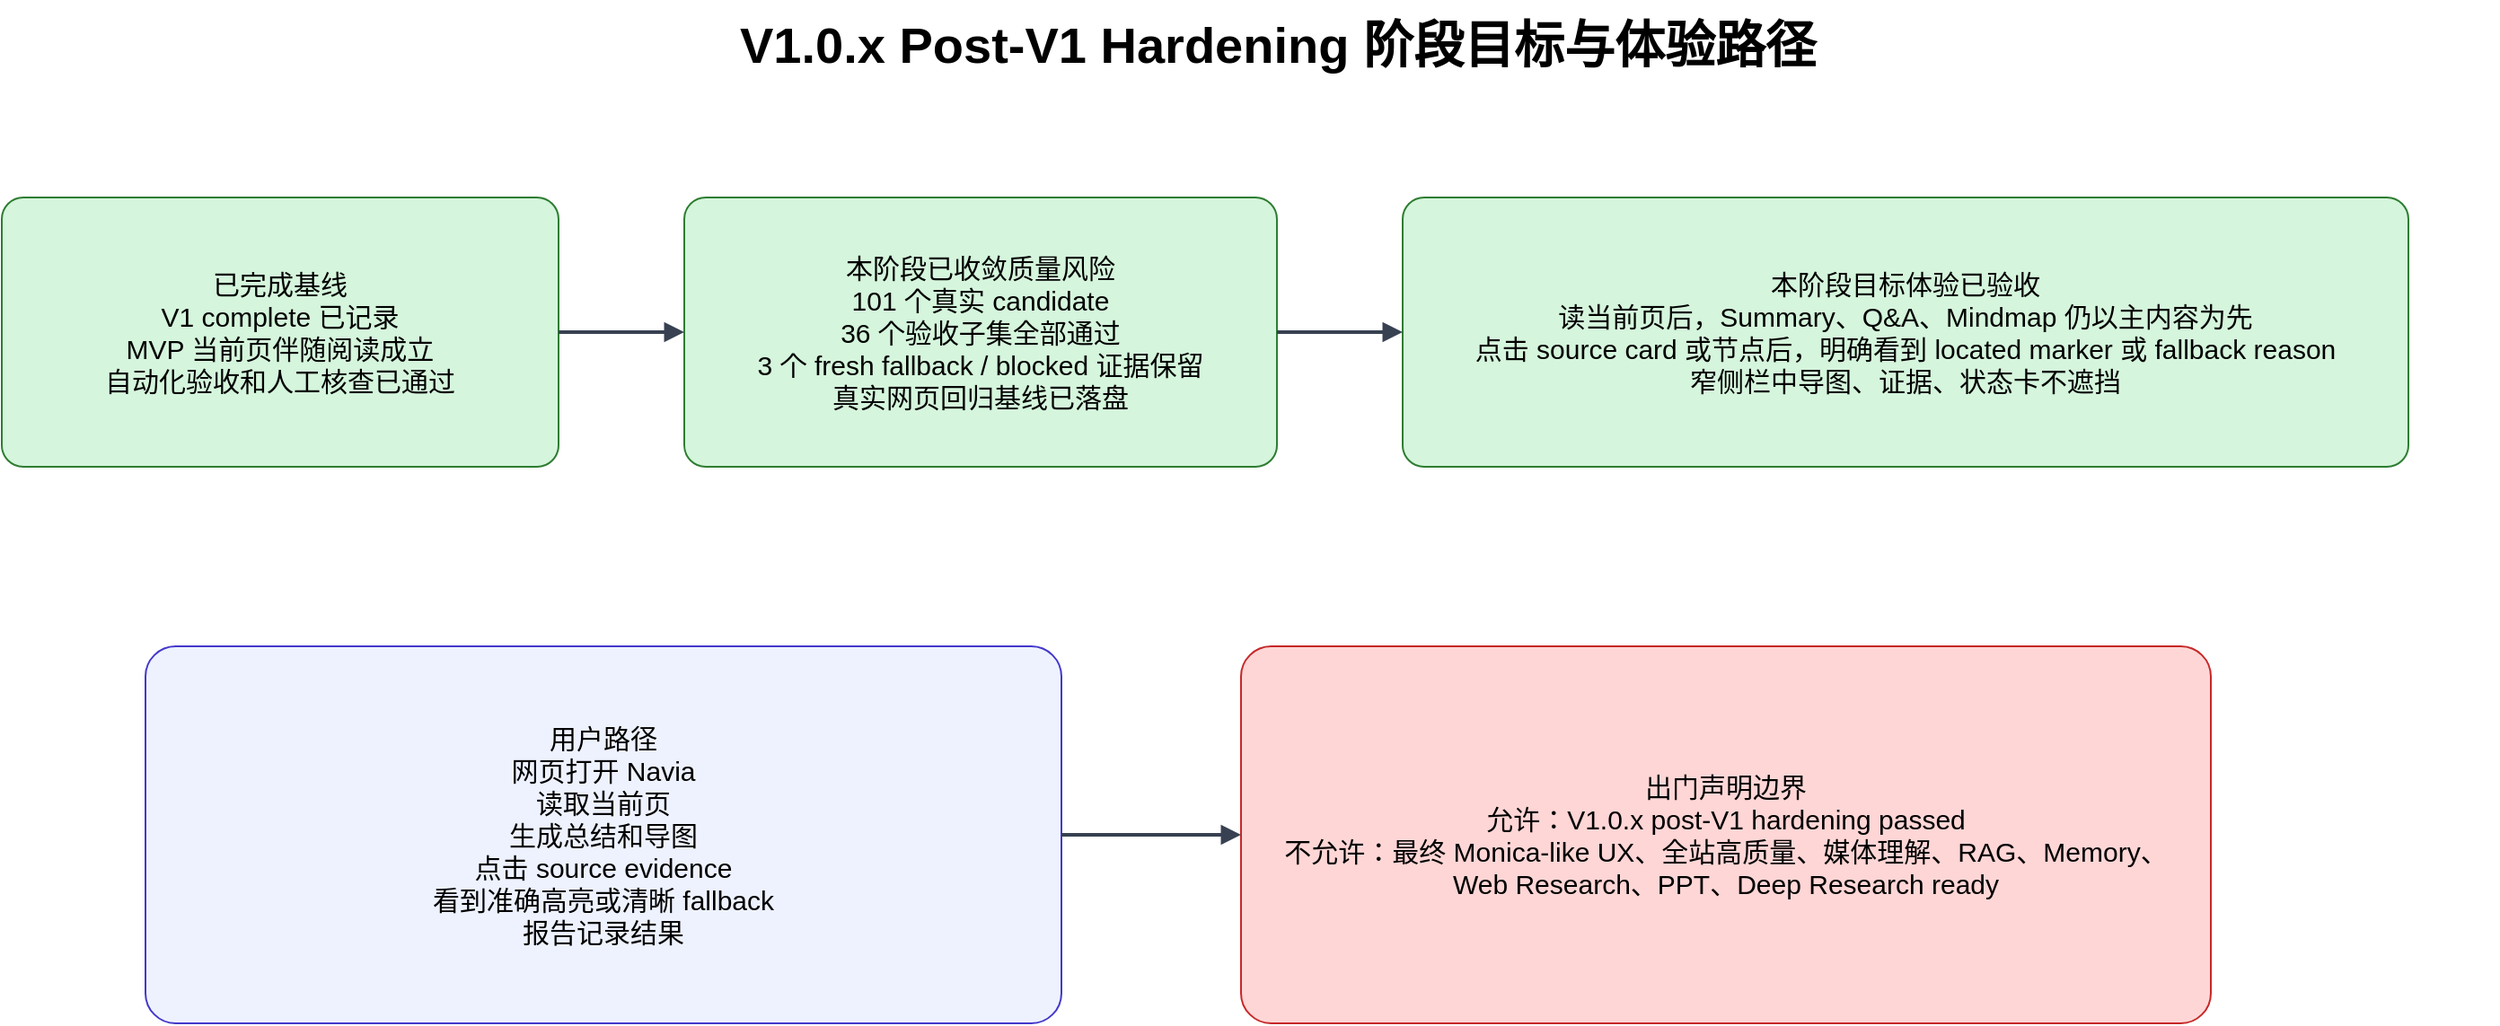
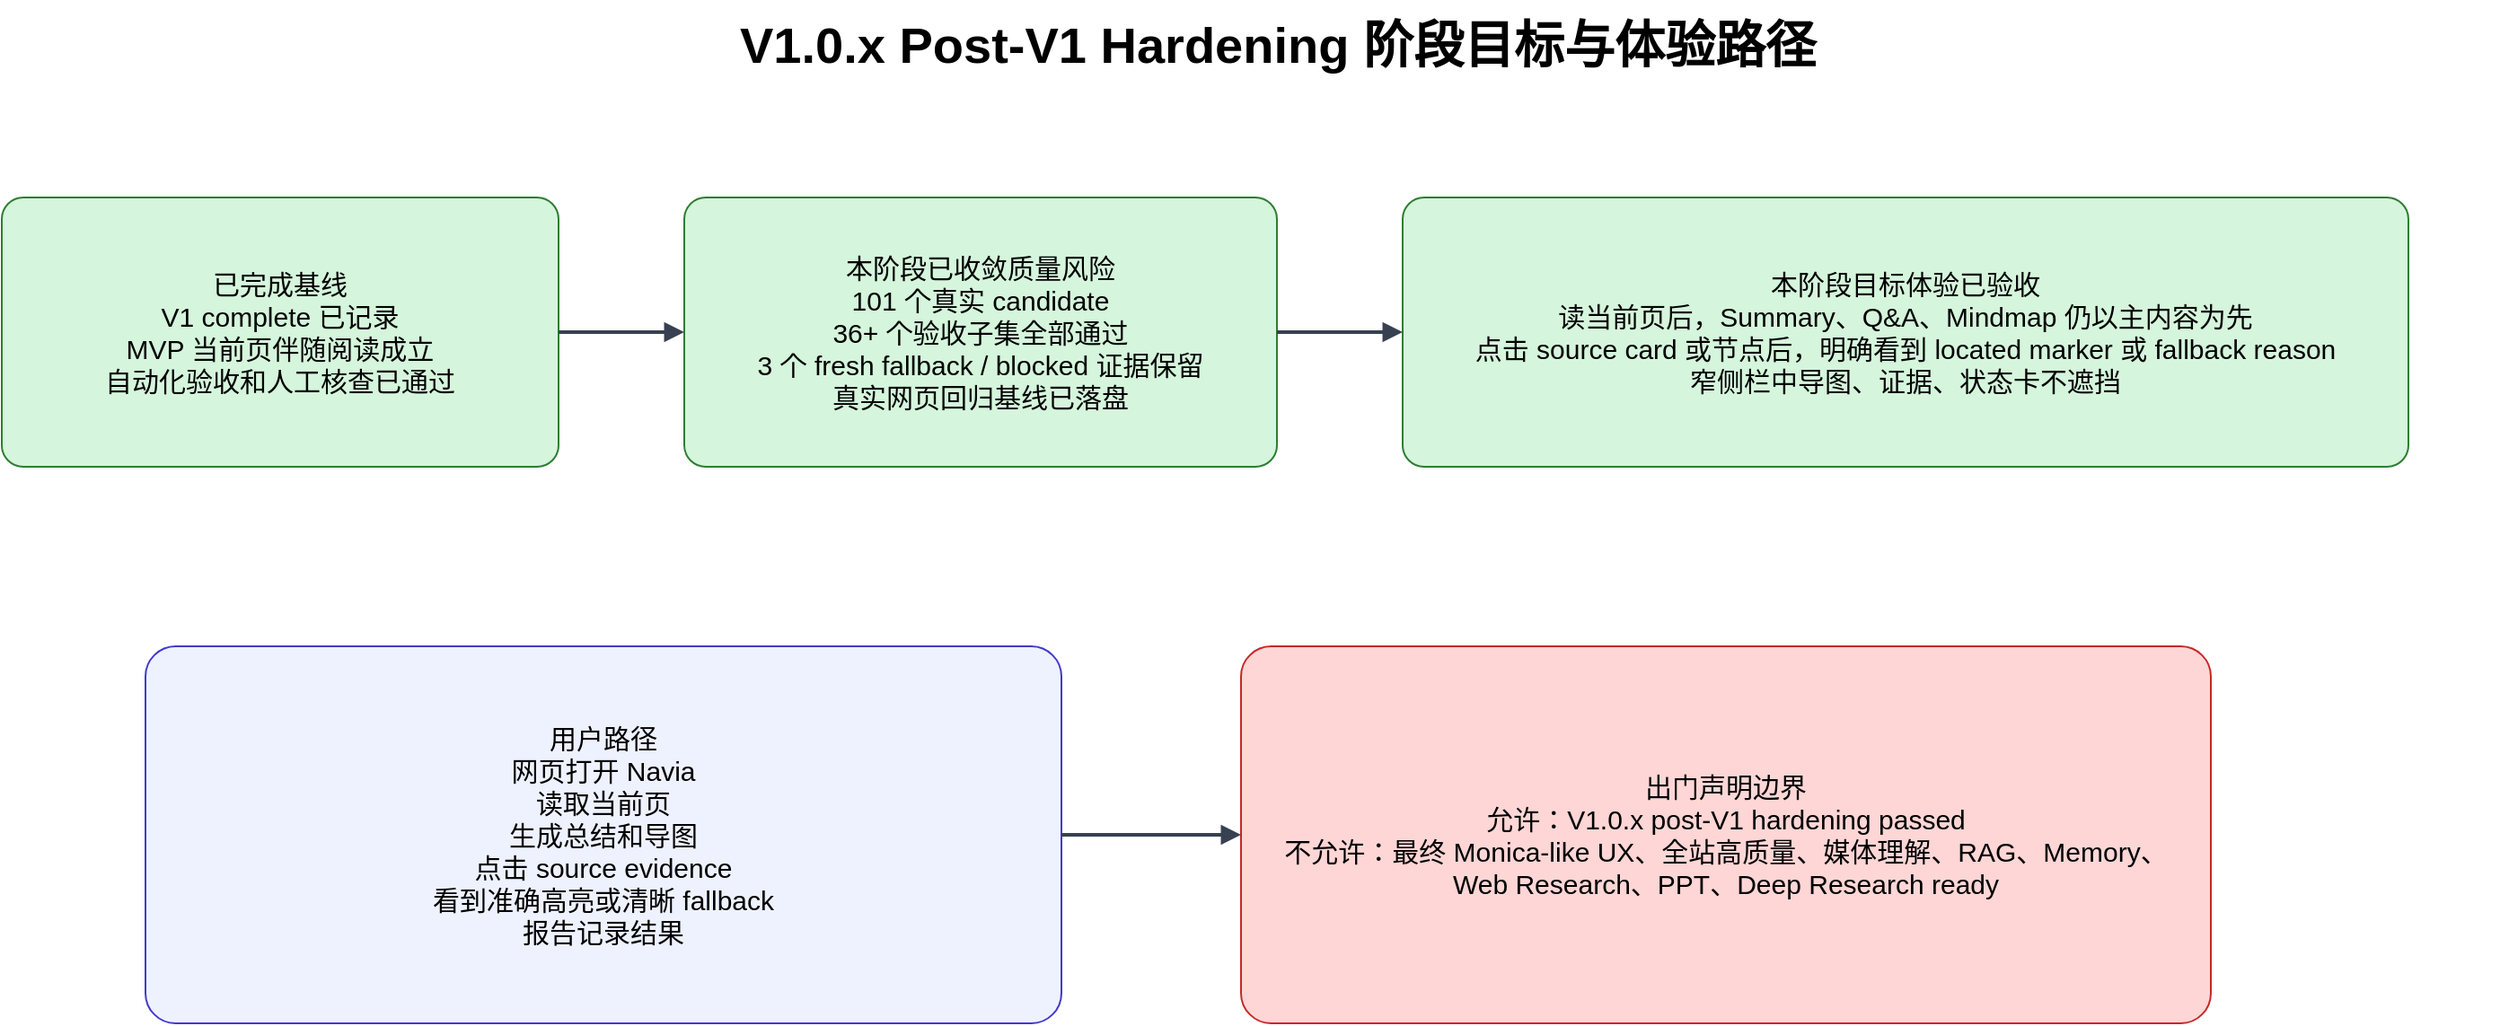
<mxfile host="app.diagrams.net" modified="2026-07-04T00:00:00.000Z" agent="Codex" version="24.7.17">
  <diagram id="v1h-01" name="01 阶段目标与体验路径">
    <mxGraphModel dx="1400" dy="900" grid="1" gridSize="10" guides="1" tooltips="1" connect="1" arrows="1" fold="1" page="1" pageScale="1" pageWidth="1600" pageHeight="1000" math="0" shadow="0">
      <root>
        <mxCell id="0"/>
        <mxCell id="1" parent="0"/>
        <mxCell id="p1-title" value="V1.0.x Post-V1 Hardening 阶段目标与体验路径" style="text;html=1;fontSize=28;fontStyle=1;align=center;verticalAlign=middle;strokeColor=none;fillColor=none;" vertex="1" parent="1"><mxGeometry x="120" y="40" width="1360" height="50" as="geometry"/></mxCell>
        <mxCell id="p1-a" value="已完成基线&#xa;V1 complete 已记录&#xa;MVP 当前页伴随阅读成立&#xa;自动化验收和人工核查已通过" style="rounded=1;whiteSpace=wrap;html=1;fontSize=15;spacing=12;arcSize=8;fillColor=#d5f5dc;strokeColor=#2e7d32;" vertex="1" parent="1"><mxGeometry x="90" y="150" width="310" height="150" as="geometry"/></mxCell>
-         <mxCell id="p1-b" value="本阶段已收敛质量风险&#xa;101 个真实 candidate&#xa;36 个验收子集全部通过&#xa;3 个 fresh fallback / blocked 证据保留&#xa;真实网页回归基线已落盘" style="rounded=1;whiteSpace=wrap;html=1;fontSize=15;spacing=12;arcSize=8;fillColor=#d5f5dc;strokeColor=#2e7d32;" vertex="1" parent="1"><mxGeometry x="470" y="150" width="330" height="150" as="geometry"/></mxCell>
+         <mxCell id="p1-b" value="本阶段已收敛质量风险&#xa;101 个真实 candidate&#xa;36+ 个验收子集全部通过&#xa;3 个 fresh fallback / blocked 证据保留&#xa;真实网页回归基线已落盘" style="rounded=1;whiteSpace=wrap;html=1;fontSize=15;spacing=12;arcSize=8;fillColor=#d5f5dc;strokeColor=#2e7d32;" vertex="1" parent="1"><mxGeometry x="470" y="150" width="330" height="150" as="geometry"/></mxCell>
        <mxCell id="p1-c" value="本阶段目标体验已验收&#xa;读当前页后，Summary、Q&amp;A、Mindmap 仍以主内容为先&#xa;点击 source card 或节点后，明确看到 located marker 或 fallback reason&#xa;窄侧栏中导图、证据、状态卡不遮挡" style="rounded=1;whiteSpace=wrap;html=1;fontSize=15;spacing=12;arcSize=8;fillColor=#d5f5dc;strokeColor=#2e7d32;" vertex="1" parent="1"><mxGeometry x="870" y="150" width="560" height="150" as="geometry"/></mxCell>
        <mxCell id="p1-d" value="用户路径&#xa;网页打开 Navia&#xa;读取当前页&#xa;生成总结和导图&#xa;点击 source evidence&#xa;看到准确高亮或清晰 fallback&#xa;报告记录结果" style="rounded=1;whiteSpace=wrap;html=1;fontSize=15;spacing=12;arcSize=8;fillColor=#eef2ff;strokeColor=#4338ca;" vertex="1" parent="1"><mxGeometry x="170" y="400" width="510" height="210" as="geometry"/></mxCell>
        <mxCell id="p1-e" value="出门声明边界&#xa;允许：V1.0.x post-V1 hardening passed&#xa;不允许：最终 Monica-like UX、全站高质量、媒体理解、RAG、Memory、Web Research、PPT、Deep Research ready" style="rounded=1;whiteSpace=wrap;html=1;fontSize=15;spacing=12;arcSize=8;fillColor=#ffd6d6;strokeColor=#c62828;" vertex="1" parent="1"><mxGeometry x="780" y="400" width="540" height="210" as="geometry"/></mxCell>
        <mxCell id="p1-e1" edge="1" parent="1" source="p1-a" target="p1-b" style="endArrow=block;html=1;rounded=1;strokeWidth=2;strokeColor=#374151;"><mxGeometry relative="1" as="geometry"/></mxCell>
        <mxCell id="p1-e2" edge="1" parent="1" source="p1-b" target="p1-c" style="endArrow=block;html=1;rounded=1;strokeWidth=2;strokeColor=#374151;"><mxGeometry relative="1" as="geometry"/></mxCell>
        <mxCell id="p1-e3" edge="1" parent="1" source="p1-d" target="p1-e" style="endArrow=block;html=1;rounded=1;strokeWidth=2;strokeColor=#374151;"><mxGeometry relative="1" as="geometry"/></mxCell>
      </root>
    </mxGraphModel>
  </diagram>
  <diagram id="v1h-02" name="02 当前架构与目标架构差异">
    <mxGraphModel dx="1400" dy="900" grid="1" gridSize="10" guides="1" tooltips="1" connect="1" arrows="1" fold="1" page="1" pageScale="1" pageWidth="1600" pageHeight="1000" math="0" shadow="0">
      <root>
        <mxCell id="0"/>
        <mxCell id="1" parent="0"/>
        <mxCell id="p2-title" value="当前架构与目标架构差异：具体实体和状态" style="text;html=1;fontSize=28;fontStyle=1;align=center;verticalAlign=middle;strokeColor=none;fillColor=none;" vertex="1" parent="1"><mxGeometry x="120" y="30" width="1360" height="50" as="geometry"/></mxCell>
        <mxCell id="p2-host" value="宿主网页 DOM 和 metadata&#xa;状态：已实现&#xa;目标：提供可见文本、selection、media alt、caption、heading" style="rounded=1;whiteSpace=wrap;html=1;fontSize=14;spacing=10;fillColor=#d5f5dc;strokeColor=#2e7d32;" vertex="1" parent="1"><mxGeometry x="70" y="140" width="260" height="120" as="geometry"/></mxCell>
        <mxCell id="p2-page" value="apps/chrome-extension/src/pageContext.ts&#xa;状态：已实现 / 验收通过&#xa;结果：角色信号、source candidate metadata、低价值块标记进入证据链" style="rounded=1;whiteSpace=wrap;html=1;fontSize=14;spacing=10;fillColor=#d5f5dc;strokeColor=#2e7d32;" vertex="1" parent="1"><mxGeometry x="390" y="140" width="300" height="120" as="geometry"/></mxCell>
        <mxCell id="p2-a" value="A Page Reading&#xa;services/local-runtime/.../page_reading/&#xa;状态：已实现 / 验收通过&#xa;结果：SourceRef 质量、噪声过滤、low-signal degraded 被报告审计" style="rounded=1;whiteSpace=wrap;html=1;fontSize=14;spacing=10;fillColor=#d5f5dc;strokeColor=#2e7d32;" vertex="1" parent="1"><mxGeometry x="750" y="140" width="330" height="120" as="geometry"/></mxCell>
-         <mxCell id="p2-d" value="D Adapter / Agent Loop&#xa;agent_loop 和 adapters&#xa;状态：已实现保持边界&#xa;目标：不新增 Runtime public contract" style="rounded=1;whiteSpace=wrap;html=1;fontSize=14;spacing=10;fillColor=#d5f5dc;strokeColor=#2e7d32;" vertex="1" parent="1"><mxGeometry x="1140" y="140" width="330" height="120" as="geometry"/></mxCell>
+         <mxCell id="p2-d" value="runtimeClient.ts + D Adapter / Agent Loop&#xa;apps/chrome-extension/src/runtimeClient.ts&#xa;agent_loop 和 adapters&#xa;状态：已实现保持边界&#xa;目标：Runtime transport / D 边界不新增 public contract" style="rounded=1;whiteSpace=wrap;html=1;fontSize=14;spacing=10;fillColor=#d5f5dc;strokeColor=#2e7d32;" vertex="1" parent="1"><mxGeometry x="1140" y="140" width="330" height="120" as="geometry"/></mxCell>
        <mxCell id="p2-c" value="C Mindmap&#xa;services/local-runtime/.../mindmap/&#xa;状态：已实现 / 验收通过&#xa;结果：语义归并、短标签、去重、nodeSourceMap 和噪声抑制有回归测试" style="rounded=1;whiteSpace=wrap;html=1;fontSize=14;spacing=10;fillColor=#d5f5dc;strokeColor=#2e7d32;" vertex="1" parent="1"><mxGeometry x="120" y="400" width="330" height="130" as="geometry"/></mxCell>
        <mxCell id="p2-b" value="B Renderer&#xa;chat_renderer 和 mindmap_renderer&#xa;状态：已实现 / 验收通过&#xa;结果：证据解释、窄侧栏可读性、截图样本进入 HTML 报告" style="rounded=1;whiteSpace=wrap;html=1;fontSize=14;spacing=10;fillColor=#d5f5dc;strokeColor=#2e7d32;" vertex="1" parent="1"><mxGeometry x="520" y="400" width="350" height="130" as="geometry"/></mxCell>
        <mxCell id="p2-content" value="apps/chrome-extension/src/contentBridge.ts&#xa;状态：已实现 / 验收通过&#xa;结果：located marker、fallback reason、blocked reason 在 JSON / HTML / 截图中一致" style="rounded=1;whiteSpace=wrap;html=1;fontSize=14;spacing=10;fillColor=#d5f5dc;strokeColor=#2e7d32;" vertex="1" parent="1"><mxGeometry x="940" y="400" width="350" height="130" as="geometry"/></mxCell>
        <mxCell id="p2-evidence" value="v1_post_v1_hardening evidence&#xa;状态：已落盘 / 验收通过&#xa;结果：manifest、report、HTML、截图、PRD review、false-green audit、semantic validator" style="rounded=1;whiteSpace=wrap;html=1;fontSize=14;spacing=10;fillColor=#d5f5dc;strokeColor=#2e7d32;" vertex="1" parent="1"><mxGeometry x="560" y="650" width="470" height="120" as="geometry"/></mxCell>
        <mxCell id="p2-nogo" value="No-Go 边界&#xa;不做 RAG、Memory、Web Research、PPT、Deep Research、OCR、VLM、ASR、媒体流理解、产品浏览器自动操作" style="rounded=1;whiteSpace=wrap;html=1;fontSize=14;spacing=10;fillColor=#ffd6d6;strokeColor=#c62828;" vertex="1" parent="1"><mxGeometry x="1080" y="650" width="390" height="120" as="geometry"/></mxCell>
        <mxCell id="p2-e1" edge="1" parent="1" source="p2-host" target="p2-page" style="endArrow=block;html=1;rounded=1;strokeWidth=2;"><mxGeometry relative="1" as="geometry"/></mxCell>
        <mxCell id="p2-e2" edge="1" parent="1" source="p2-page" target="p2-a" style="endArrow=block;html=1;rounded=1;strokeWidth=2;"><mxGeometry relative="1" as="geometry"/></mxCell>
        <mxCell id="p2-e3" edge="1" parent="1" source="p2-a" target="p2-d" style="endArrow=block;html=1;rounded=1;strokeWidth=2;"><mxGeometry relative="1" as="geometry"/></mxCell>
        <mxCell id="p2-e4" edge="1" parent="1" source="p2-d" target="p2-c" style="endArrow=block;html=1;rounded=1;strokeWidth=2;"><mxGeometry relative="1" as="geometry"/></mxCell>
        <mxCell id="p2-e5" edge="1" parent="1" source="p2-c" target="p2-b" style="endArrow=block;html=1;rounded=1;strokeWidth=2;"><mxGeometry relative="1" as="geometry"/></mxCell>
        <mxCell id="p2-e6" edge="1" parent="1" source="p2-b" target="p2-content" style="endArrow=block;html=1;rounded=1;strokeWidth=2;"><mxGeometry relative="1" as="geometry"/></mxCell>
        <mxCell id="p2-e7" edge="1" parent="1" source="p2-content" target="p2-evidence" style="endArrow=block;html=1;rounded=1;strokeWidth=2;"><mxGeometry relative="1" as="geometry"/></mxCell>
      </root>
    </mxGraphModel>
  </diagram>
  <diagram id="v1h-03" name="03 Source Jumpback 精度链路">
    <mxGraphModel dx="1400" dy="900" grid="1" gridSize="10" guides="1" tooltips="1" connect="1" arrows="1" fold="1" page="1" pageScale="1" pageWidth="1600" pageHeight="1000" math="0" shadow="0">
      <root>
        <mxCell id="0"/>
        <mxCell id="1" parent="0"/>
        <mxCell id="p3-title" value="Source Jumpback 精度链路" style="text;html=1;fontSize=28;fontStyle=1;align=center;verticalAlign=middle;strokeColor=none;fillColor=none;" vertex="1" parent="1"><mxGeometry x="120" y="35" width="1360" height="50" as="geometry"/></mxCell>
        <mxCell id="p3-card" value="用户点击 source card 或 Mindmap 节点&#xa;B Renderer 提供 sourceRefIds、nodeId、selectedSourceCardIndex、selectionReason&#xa;状态：验收通过" style="rounded=1;whiteSpace=wrap;html=1;fontSize=15;spacing=12;fillColor=#d5f5dc;strokeColor=#2e7d32;" vertex="1" parent="1"><mxGeometry x="80" y="150" width="360" height="140" as="geometry"/></mxCell>
        <mxCell id="p3-hints" value="候选线索&#xa;selector、domPath、textQuote、nearby heading、href/card text、sourceRef quality" style="rounded=1;whiteSpace=wrap;html=1;fontSize=15;spacing=12;fillColor=#dbeafe;strokeColor=#1d4ed8;" vertex="1" parent="1"><mxGeometry x="520" y="150" width="350" height="140" as="geometry"/></mxCell>
        <mxCell id="p3-bridge" value="contentBridge.ts&#xa;状态：已实现 / 验收通过&#xa;多线索定位、语义匹配评分、marker 说明、失败原因进入报告" style="rounded=1;whiteSpace=wrap;html=1;fontSize=15;spacing=12;fillColor=#d5f5dc;strokeColor=#2e7d32;" vertex="1" parent="1"><mxGeometry x="950" y="150" width="390" height="140" as="geometry"/></mxCell>
        <mxCell id="p3-located" value="located&#xa;网页出现 Navia source marker&#xa;marker 说明证据支持哪个节点或答案&#xa;截图和 JSON 都记录 located" style="rounded=1;whiteSpace=wrap;html=1;fontSize=15;spacing=12;fillColor=#d5f5dc;strokeColor=#2e7d32;" vertex="1" parent="1"><mxGeometry x="90" y="430" width="330" height="150" as="geometry"/></mxCell>
        <mxCell id="p3-fallback" value="fallback_shown&#xa;无法精确定位 DOM 时显示 quote、fallbackText、source title、原因&#xa;不能计为 located" style="rounded=1;whiteSpace=wrap;html=1;fontSize=15;spacing=12;fillColor=#dbeafe;strokeColor=#1d4ed8;" vertex="1" parent="1"><mxGeometry x="500" y="430" width="330" height="150" as="geometry"/></mxCell>
        <mxCell id="p3-blocked" value="blocked&#xa;登录墙、虚拟列表、反爬、跨域、页面变更或权限阻止&#xa;必须显示具体 blocked reason" style="rounded=1;whiteSpace=wrap;html=1;fontSize=15;spacing=12;fillColor=#ffd6d6;strokeColor=#c62828;" vertex="1" parent="1"><mxGeometry x="910" y="430" width="330" height="150" as="geometry"/></mxCell>
        <mxCell id="p3-report" value="验收报告 / validator&#xa;sampleDistribution / fallbackPolicy&#xa;located / fallback / blocked 一致&#xa;截图 metadata 与 HTML 结论一致" style="rounded=1;whiteSpace=wrap;html=1;fontSize=15;spacing=12;fillColor=#eef2ff;strokeColor=#4338ca;" vertex="1" parent="1"><mxGeometry x="460" y="700" width="500" height="130" as="geometry"/></mxCell>
        <mxCell id="p3-e1" edge="1" parent="1" source="p3-card" target="p3-hints" style="endArrow=block;html=1;rounded=1;strokeWidth=2;"><mxGeometry relative="1" as="geometry"/></mxCell>
        <mxCell id="p3-e2" edge="1" parent="1" source="p3-hints" target="p3-bridge" style="endArrow=block;html=1;rounded=1;strokeWidth=2;"><mxGeometry relative="1" as="geometry"/></mxCell>
        <mxCell id="p3-e3" edge="1" parent="1" source="p3-bridge" target="p3-located" style="endArrow=block;html=1;rounded=1;strokeWidth=2;"><mxGeometry relative="1" as="geometry"/></mxCell>
        <mxCell id="p3-e4" edge="1" parent="1" source="p3-bridge" target="p3-fallback" style="endArrow=block;html=1;rounded=1;strokeWidth=2;"><mxGeometry relative="1" as="geometry"/></mxCell>
        <mxCell id="p3-e5" edge="1" parent="1" source="p3-bridge" target="p3-blocked" style="endArrow=block;html=1;rounded=1;strokeWidth=2;"><mxGeometry relative="1" as="geometry"/></mxCell>
        <mxCell id="p3-e6" edge="1" parent="1" source="p3-fallback" target="p3-report" style="endArrow=block;html=1;rounded=1;strokeWidth=2;"><mxGeometry relative="1" as="geometry"/></mxCell>
      </root>
    </mxGraphModel>
  </diagram>
  <diagram id="v1h-04" name="04 Mindmap / Reading Map 质量链路">
    <mxGraphModel dx="1400" dy="900" grid="1" gridSize="10" guides="1" tooltips="1" connect="1" arrows="1" fold="1" page="1" pageScale="1" pageWidth="1600" pageHeight="1000" math="0" shadow="0">
      <root>
        <mxCell id="0"/>
        <mxCell id="1" parent="0"/>
        <mxCell id="p4-title" value="Mindmap / Reading Map 质量链路" style="text;html=1;fontSize=28;fontStyle=1;align=center;verticalAlign=middle;strokeColor=none;fillColor=none;" vertex="1" parent="1"><mxGeometry x="120" y="35" width="1360" height="50" as="geometry"/></mxCell>
        <mxCell id="p4-digest" value="A PerceptionDigest 和 SourceRef&#xa;状态：已实现 / 验收通过&#xa;结果：正文优先、低价值文本降权、source quality 可解释" style="rounded=1;whiteSpace=wrap;html=1;fontSize=15;spacing=12;fillColor=#d5f5dc;strokeColor=#2e7d32;" vertex="1" parent="1"><mxGeometry x="90" y="145" width="360" height="135" as="geometry"/></mxCell>
        <mxCell id="p4-c" value="C Mindmap generator.py&#xa;状态：已实现 / 验收通过&#xa;结果：语义归并、短标签、去重、压缩长文本、绑定 nodeSourceMap" style="rounded=1;whiteSpace=wrap;html=1;fontSize=15;spacing=12;fillColor=#d5f5dc;strokeColor=#2e7d32;" vertex="1" parent="1"><mxGeometry x="560" y="145" width="390" height="135" as="geometry"/></mxCell>
        <mxCell id="p4-b" value="B mindmap_renderer&#xa;状态：已实现 / 验收通过&#xa;结果：Evidence Card、Reading Map、source relationship、degraded nodes 可读" style="rounded=1;whiteSpace=wrap;html=1;fontSize=15;spacing=12;fillColor=#d5f5dc;strokeColor=#2e7d32;" vertex="1" parent="1"><mxGeometry x="1060" y="145" width="390" height="135" as="geometry"/></mxCell>
        <mxCell id="p4-good" value="合格高层节点&#xa;主题、论点、事实、步骤、结论&#xa;短标签、非重复、证据绑定&#xa;缺证据时显示 degraded reason" style="rounded=1;whiteSpace=wrap;html=1;fontSize=15;spacing=12;fillColor=#d5f5dc;strokeColor=#2e7d32;" vertex="1" parent="1"><mxGeometry x="170" y="420" width="380" height="160" as="geometry"/></mxCell>
        <mxCell id="p4-bad" value="禁止主导的节点&#xa;导航词、推荐标题堆叠、广告、版权提示、登录提示、时间戳、图片序号、重复卡片标题" style="rounded=1;whiteSpace=wrap;html=1;fontSize=15;spacing=12;fillColor=#ffd6d6;strokeColor=#c62828;" vertex="1" parent="1"><mxGeometry x="650" y="420" width="380" height="160" as="geometry"/></mxCell>
        <mxCell id="p4-ux" value="窄侧栏视觉验收&#xa;无文本虚影、无节点重叠、无卡片截断、source panel 不遮挡输入区、状态卡层级清楚" style="rounded=1;whiteSpace=wrap;html=1;fontSize=15;spacing=12;fillColor=#dbeafe;strokeColor=#1d4ed8;" vertex="1" parent="1"><mxGeometry x="1130" y="420" width="330" height="160" as="geometry"/></mxCell>
        <mxCell id="p4-metrics" value="报告指标&#xa;mindmapTopNodeNoiseRate 小于等于 0.08&#xa;duplicateTopNodeRate 小于等于 0.05&#xa;overlongTopNodeRate 小于等于 0.12&#xa;sidebarVisualPassRate 大于等于 0.95" style="rounded=1;whiteSpace=wrap;html=1;fontSize=15;spacing=12;fillColor=#eef2ff;strokeColor=#4338ca;" vertex="1" parent="1"><mxGeometry x="450" y="705" width="650" height="135" as="geometry"/></mxCell>
        <mxCell id="p4-e1" edge="1" parent="1" source="p4-digest" target="p4-c" style="endArrow=block;html=1;rounded=1;strokeWidth=2;"><mxGeometry relative="1" as="geometry"/></mxCell>
        <mxCell id="p4-e2" edge="1" parent="1" source="p4-c" target="p4-b" style="endArrow=block;html=1;rounded=1;strokeWidth=2;"><mxGeometry relative="1" as="geometry"/></mxCell>
        <mxCell id="p4-e3" edge="1" parent="1" source="p4-b" target="p4-ux" style="endArrow=block;html=1;rounded=1;strokeWidth=2;"><mxGeometry relative="1" as="geometry"/></mxCell>
      </root>
    </mxGraphModel>
  </diagram>
  <diagram id="v1h-05" name="05 真实网页回归基线与样本矩阵">
    <mxGraphModel dx="1400" dy="900" grid="1" gridSize="10" guides="1" tooltips="1" connect="1" arrows="1" fold="1" page="1" pageScale="1" pageWidth="1600" pageHeight="1000" math="0" shadow="0">
      <root>
        <mxCell id="0"/>
        <mxCell id="1" parent="0"/>
        <mxCell id="p5-title" value="真实网页回归基线与样本矩阵" style="text;html=1;fontSize=28;fontStyle=1;align=center;verticalAlign=middle;strokeColor=none;fillColor=none;" vertex="1" parent="1"><mxGeometry x="120" y="35" width="1360" height="50" as="geometry"/></mxCell>
        <mxCell id="p5-base" value="历史基线引用&#xa;V1 mainline complete evidence&#xa;V1-MVP-QH 48 页矩阵&#xa;V1-MVP-CQ 36 页 strict prove-out&#xa;只作 baseline，不替代新证据" style="rounded=1;whiteSpace=wrap;html=1;fontSize=15;spacing=12;fillColor=#d5f5dc;strokeColor=#2e7d32;" vertex="1" parent="1"><mxGeometry x="90" y="140" width="360" height="160" as="geometry"/></mxCell>
        <mxCell id="p5-candidate" value="101 candidate matrix 已落盘&#xa;国内门户、国内详情、图文社区、国际门户、国际详情、博客文档、复杂动态页、低信号页&#xa;无 example.com 占位" style="rounded=1;whiteSpace=wrap;html=1;fontSize=15;spacing=12;fillColor=#d5f5dc;strokeColor=#2e7d32;" vertex="1" parent="1"><mxGeometry x="560" y="140" width="430" height="160" as="geometry"/></mxCell>
-         <mxCell id="p5-subset" value="36 页可重复验收子集已通过&#xa;36 located pass&#xa;3 fresh fallback / blocked 证据另行保留&#xa;public no-login 与替代样本口径明确" style="rounded=1;whiteSpace=wrap;html=1;fontSize=15;spacing=12;fillColor=#d5f5dc;strokeColor=#2e7d32;" vertex="1" parent="1"><mxGeometry x="1100" y="140" width="390" height="160" as="geometry"/></mxCell>
+         <mxCell id="p5-subset" value="36+ 页可重复验收子集已通过&#xa;36 located pass&#xa;3 fresh fallback / blocked 证据另行保留&#xa;public no-login 与替代样本口径明确" style="rounded=1;whiteSpace=wrap;html=1;fontSize=15;spacing=12;fillColor=#d5f5dc;strokeColor=#2e7d32;" vertex="1" parent="1"><mxGeometry x="1100" y="140" width="390" height="160" as="geometry"/></mxCell>
        <mxCell id="p5-rules" value="样本规则&#xa;同站同类最多计入 2 页&#xa;登录墙、地区限制、反爬必须 degraded 或 blocked&#xa;替代样本需保留原失败原因&#xa;不得 URL-only pass" style="rounded=1;whiteSpace=wrap;html=1;fontSize=15;spacing=12;fillColor=#eef2ff;strokeColor=#4338ca;" vertex="1" parent="1"><mxGeometry x="180" y="430" width="460" height="190" as="geometry"/></mxCell>
-         <mxCell id="p5-report" value="v1_post_v1_hardening evidence 已落盘&#xa;sample-manifest.json&#xa;report.json passed=true&#xa;acceptance-report.html&#xa;prd-review.md&#xa;false-green-audit.md&#xa;screenshots&#xa;contracts + semantic validator" style="rounded=1;whiteSpace=wrap;html=1;fontSize=15;spacing=12;fillColor=#d5f5dc;strokeColor=#2e7d32;" vertex="1" parent="1"><mxGeometry x="790" y="430" width="420" height="190" as="geometry"/></mxCell>
+         <mxCell id="p5-report" value="post-V1 evidence 已落盘&#xa;v1_post_v1_hardening evidence&#xa;sample-manifest.json&#xa;report.json passed=true&#xa;acceptance-report.html&#xa;prd-review.md&#xa;false-green-audit.md&#xa;screenshots&#xa;contracts + semantic validator" style="rounded=1;whiteSpace=wrap;html=1;fontSize=15;spacing=12;fillColor=#d5f5dc;strokeColor=#2e7d32;" vertex="1" parent="1"><mxGeometry x="790" y="430" width="420" height="190" as="geometry"/></mxCell>
        <mxCell id="p5-nogo" value="No-Go&#xa;旧报告不能冒充新验收&#xa;public no-login 不能冒充登录态全站质量&#xa;自动化截图不能伪造人工体验结论" style="rounded=1;whiteSpace=wrap;html=1;fontSize=15;spacing=12;fillColor=#ffd6d6;strokeColor=#c62828;" vertex="1" parent="1"><mxGeometry x="470" y="720" width="610" height="120" as="geometry"/></mxCell>
        <mxCell id="p5-e1" edge="1" parent="1" source="p5-base" target="p5-candidate" style="endArrow=block;html=1;rounded=1;strokeWidth=2;"><mxGeometry relative="1" as="geometry"/></mxCell>
        <mxCell id="p5-e2" edge="1" parent="1" source="p5-candidate" target="p5-subset" style="endArrow=block;html=1;rounded=1;strokeWidth=2;"><mxGeometry relative="1" as="geometry"/></mxCell>
        <mxCell id="p5-e3" edge="1" parent="1" source="p5-subset" target="p5-report" style="endArrow=block;html=1;rounded=1;strokeWidth=2;"><mxGeometry relative="1" as="geometry"/></mxCell>
      </root>
    </mxGraphModel>
  </diagram>
  <diagram id="v1h-06" name="06 开发及验收计划">
    <mxGraphModel dx="1400" dy="900" grid="1" gridSize="10" guides="1" tooltips="1" connect="1" arrows="1" fold="1" page="1" pageScale="1" pageWidth="1600" pageHeight="1000" math="0" shadow="0">
      <root>
        <mxCell id="0"/>
        <mxCell id="1" parent="0"/>
        <mxCell id="p6-title" value="开发及验收计划" style="text;html=1;fontSize=28;fontStyle=1;align=center;verticalAlign=middle;strokeColor=none;fillColor=none;" vertex="1" parent="1"><mxGeometry x="120" y="35" width="1360" height="50" as="geometry"/></mxCell>
        <mxCell id="p6-0" value="H-0 文档门禁 PASS&#xa;PRD、架构、计划、验收、stage gate、gap、drawio 一致&#xa;无 fatal / major" style="rounded=1;whiteSpace=wrap;html=1;fontSize=14;spacing=9;fillColor=#d5f5dc;strokeColor=#2e7d32;" vertex="1" parent="1"><mxGeometry x="80" y="130" width="310" height="120" as="geometry"/></mxCell>
-         <mxCell id="p6-1" value="H-1 样本矩阵 PASS&#xa;101 candidate&#xa;36 acceptance subset&#xa;登录和替代规则明确" style="rounded=1;whiteSpace=wrap;html=1;fontSize=14;spacing=9;fillColor=#d5f5dc;strokeColor=#2e7d32;" vertex="1" parent="1"><mxGeometry x="440" y="130" width="300" height="120" as="geometry"/></mxCell>
+         <mxCell id="p6-1" value="H-1 样本矩阵 PASS&#xa;101 candidate&#xa;36+ acceptance subset&#xa;登录和替代规则明确" style="rounded=1;whiteSpace=wrap;html=1;fontSize=14;spacing=9;fillColor=#d5f5dc;strokeColor=#2e7d32;" vertex="1" parent="1"><mxGeometry x="440" y="130" width="300" height="120" as="geometry"/></mxCell>
        <mxCell id="p6-2" value="H-2 Jumpback PASS&#xa;source card order&#xa;selection reason&#xa;marker / fallback / blocked 语义一致" style="rounded=1;whiteSpace=wrap;html=1;fontSize=14;spacing=9;fillColor=#d5f5dc;strokeColor=#2e7d32;" vertex="1" parent="1"><mxGeometry x="790" y="130" width="300" height="120" as="geometry"/></mxCell>
        <mxCell id="p6-3" value="H-3 Mindmap PASS&#xa;短标签、去重、语义节点、噪声过滤、source binding&#xa;新增噪声回归测试" style="rounded=1;whiteSpace=wrap;html=1;fontSize=14;spacing=9;fillColor=#d5f5dc;strokeColor=#2e7d32;" vertex="1" parent="1"><mxGeometry x="1140" y="130" width="300" height="120" as="geometry"/></mxCell>
        <mxCell id="p6-4" value="H-4 UX polish PASS&#xa;窄侧栏、source card、状态卡、无虚影、无截断、无遮挡&#xa;截图证据进入 HTML" style="rounded=1;whiteSpace=wrap;html=1;fontSize=14;spacing=9;fillColor=#d5f5dc;strokeColor=#2e7d32;" vertex="1" parent="1"><mxGeometry x="220" y="410" width="320" height="125" as="geometry"/></mxCell>
        <mxCell id="p6-5" value="H-5 自动化验收 PASS&#xa;headless 优先&#xa;mute audio&#xa;HTML 报告、截图、JSON、PRD review、false-green audit" style="rounded=1;whiteSpace=wrap;html=1;fontSize=14;spacing=9;fillColor=#d5f5dc;strokeColor=#2e7d32;" vertex="1" parent="1"><mxGeometry x="640" y="410" width="330" height="125" as="geometry"/></mxCell>
        <mxCell id="p6-6" value="H-6 出门审计&#xa;无 fatal / major&#xa;允许 post-V1 hardening passed&#xa;不扩大为 V2 或最终 UX" style="rounded=1;whiteSpace=wrap;html=1;fontSize=14;spacing=9;fillColor=#d5f5dc;strokeColor=#2e7d32;" vertex="1" parent="1"><mxGeometry x="1070" y="410" width="330" height="125" as="geometry"/></mxCell>
        <mxCell id="p6-accept" value="验收必须体现用户可感知效果&#xa;反跳可解释、导图可读、证据可追溯、低信号不伪装、报告可审计" style="rounded=1;whiteSpace=wrap;html=1;fontSize=16;spacing=12;fillColor=#eef2ff;strokeColor=#4338ca;" vertex="1" parent="1"><mxGeometry x="410" y="690" width="770" height="110" as="geometry"/></mxCell>
        <mxCell id="p6-e1" edge="1" parent="1" source="p6-0" target="p6-1" style="endArrow=block;html=1;rounded=1;strokeWidth=2;"><mxGeometry relative="1" as="geometry"/></mxCell>
        <mxCell id="p6-e2" edge="1" parent="1" source="p6-1" target="p6-2" style="endArrow=block;html=1;rounded=1;strokeWidth=2;"><mxGeometry relative="1" as="geometry"/></mxCell>
        <mxCell id="p6-e3" edge="1" parent="1" source="p6-2" target="p6-3" style="endArrow=block;html=1;rounded=1;strokeWidth=2;"><mxGeometry relative="1" as="geometry"/></mxCell>
        <mxCell id="p6-e4" edge="1" parent="1" source="p6-3" target="p6-4" style="endArrow=block;html=1;rounded=1;strokeWidth=2;"><mxGeometry relative="1" as="geometry"/></mxCell>
        <mxCell id="p6-e5" edge="1" parent="1" source="p6-4" target="p6-5" style="endArrow=block;html=1;rounded=1;strokeWidth=2;"><mxGeometry relative="1" as="geometry"/></mxCell>
        <mxCell id="p6-e6" edge="1" parent="1" source="p6-5" target="p6-6" style="endArrow=block;html=1;rounded=1;strokeWidth=2;"><mxGeometry relative="1" as="geometry"/></mxCell>
      </root>
    </mxGraphModel>
  </diagram>
  <diagram id="v1h-07" name="07 项目里程碑与出门条件">
    <mxGraphModel dx="1400" dy="900" grid="1" gridSize="10" guides="1" tooltips="1" connect="1" arrows="1" fold="1" page="1" pageScale="1" pageWidth="1600" pageHeight="1000" math="0" shadow="0">
      <root>
        <mxCell id="0"/>
        <mxCell id="1" parent="0"/>
        <mxCell id="p7-title" value="项目里程碑与出门条件" style="text;html=1;fontSize=28;fontStyle=1;align=center;verticalAlign=middle;strokeColor=none;fillColor=none;" vertex="1" parent="1"><mxGeometry x="120" y="35" width="1360" height="50" as="geometry"/></mxCell>
        <mxCell id="p7-m1" value="里程碑 1&#xa;文档基线通过&#xa;drawio 人工确认方向无偏移&#xa;进入 staged implementation planning" style="rounded=1;whiteSpace=wrap;html=1;fontSize=15;spacing=12;fillColor=#dbeafe;strokeColor=#1d4ed8;" vertex="1" parent="1"><mxGeometry x="100" y="150" width="360" height="150" as="geometry"/></mxCell>
        <mxCell id="p7-m2" value="里程碑 2&#xa;真实网页矩阵冻结&#xa;100+ candidate 和验收子集确定&#xa;登录、替代、低信号规则固定" style="rounded=1;whiteSpace=wrap;html=1;fontSize=15;spacing=12;fillColor=#dbeafe;strokeColor=#1d4ed8;" vertex="1" parent="1"><mxGeometry x="610" y="150" width="360" height="150" as="geometry"/></mxCell>
        <mxCell id="p7-m3" value="里程碑 3&#xa;质量硬化验收通过&#xa;jumpback、Mindmap、sidebar UX、fresh fallback、HTML 报告均无 fatal / major" style="rounded=1;whiteSpace=wrap;html=1;fontSize=15;spacing=12;fillColor=#d5f5dc;strokeColor=#2e7d32;" vertex="1" parent="1"><mxGeometry x="1120" y="150" width="360" height="150" as="geometry"/></mxCell>
        <mxCell id="p7-exit" value="出门条件&#xa;1. located / fallback / blocked 语义一致&#xa;2. Mindmap 顶层节点短、准、可追溯&#xa;3. 窄侧栏截图无虚影、遮挡、截断&#xa;4. HTML 报告可作为人工审查入口&#xa;5. PRD review 与 false-green audit 无 fatal / major" style="rounded=1;whiteSpace=wrap;html=1;fontSize=15;spacing=12;fillColor=#eef2ff;strokeColor=#4338ca;" vertex="1" parent="1"><mxGeometry x="200" y="430" width="540" height="230" as="geometry"/></mxCell>
        <mxCell id="p7-claim" value="允许声明&#xa;V1.0.x post-V1 hardening passed source jumpback, Mindmap quality, and real-site regression acceptance.&#xa;&#xa;不改变 V1 complete 历史记录。" style="rounded=1;whiteSpace=wrap;html=1;fontSize=15;spacing=12;fillColor=#d5f5dc;strokeColor=#2e7d32;" vertex="1" parent="1"><mxGeometry x="850" y="430" width="500" height="230" as="geometry"/></mxCell>
        <mxCell id="p7-e1" edge="1" parent="1" source="p7-m1" target="p7-m2" style="endArrow=block;html=1;rounded=1;strokeWidth=2;"><mxGeometry relative="1" as="geometry"/></mxCell>
        <mxCell id="p7-e2" edge="1" parent="1" source="p7-m2" target="p7-m3" style="endArrow=block;html=1;rounded=1;strokeWidth=2;"><mxGeometry relative="1" as="geometry"/></mxCell>
      </root>
    </mxGraphModel>
  </diagram>
  <diagram id="v1h-08" name="08 风险路线与 No-Go 边界">
    <mxGraphModel dx="1400" dy="900" grid="1" gridSize="10" guides="1" tooltips="1" connect="1" arrows="1" fold="1" page="1" pageScale="1" pageWidth="1600" pageHeight="1000" math="0" shadow="0">
      <root>
        <mxCell id="0"/>
        <mxCell id="1" parent="0"/>
        <mxCell id="p8-title" value="风险路线与 No-Go 边界" style="text;html=1;fontSize=28;fontStyle=1;align=center;verticalAlign=middle;strokeColor=none;fillColor=none;" vertex="1" parent="1"><mxGeometry x="120" y="35" width="1360" height="50" as="geometry"/></mxCell>
        <mxCell id="p8-r1" value="风险 A&#xa;复杂 DOM 或虚拟列表导致反跳不稳定&#xa;路线：多线索匹配、语义评分、fallback reason、blocked reason" style="rounded=1;whiteSpace=wrap;html=1;fontSize=15;spacing=12;fillColor=#fff3bf;strokeColor=#b7791f;" vertex="1" parent="1"><mxGeometry x="100" y="150" width="390" height="150" as="geometry"/></mxCell>
        <mxCell id="p8-r2" value="风险 B&#xa;Mindmap 被推荐、导航、重复卡片主导&#xa;路线：节点压缩、去重、低价值文本过滤、degraded node" style="rounded=1;whiteSpace=wrap;html=1;fontSize=15;spacing=12;fillColor=#fff3bf;strokeColor=#b7791f;" vertex="1" parent="1"><mxGeometry x="610" y="150" width="390" height="150" as="geometry"/></mxCell>
        <mxCell id="p8-r3" value="风险 C&#xa;自动化报告被误读为全站高质量&#xa;路线：candidate 与 acceptance subset 分开，public no-login 与登录态分开" style="rounded=1;whiteSpace=wrap;html=1;fontSize=15;spacing=12;fillColor=#fff3bf;strokeColor=#b7791f;" vertex="1" parent="1"><mxGeometry x="1120" y="150" width="390" height="150" as="geometry"/></mxCell>
        <mxCell id="p8-nogo" value="硬 No-Go&#xa;不做 RAG、Memory、Web Research、PPT、Deep Research&#xa;不做 OCR、VLM、ASR、视频或音频流理解&#xa;不做产品浏览器自动操作&#xa;不做默认本地文件读取&#xa;不声明最终 Monica-like UX 或全复杂站点高质量" style="rounded=1;whiteSpace=wrap;html=1;fontSize=15;spacing=12;fillColor=#ffd6d6;strokeColor=#c62828;" vertex="1" parent="1"><mxGeometry x="220" y="450" width="520" height="230" as="geometry"/></mxCell>
        <mxCell id="p8-decision" value="出现高风险时的处理&#xa;1. 停止进入下一子阶段&#xa;2. 落盘 blocked / degraded 证据&#xa;3. 回到开发计划或验收计划修订&#xa;4. 只有无 fatal / major 后继续" style="rounded=1;whiteSpace=wrap;html=1;fontSize=15;spacing=12;fillColor=#eef2ff;strokeColor=#4338ca;" vertex="1" parent="1"><mxGeometry x="850" y="450" width="520" height="230" as="geometry"/></mxCell>
        <mxCell id="p8-e1" edge="1" parent="1" source="p8-r1" target="p8-decision" style="endArrow=block;html=1;rounded=1;strokeWidth=2;"><mxGeometry relative="1" as="geometry"/></mxCell>
        <mxCell id="p8-e2" edge="1" parent="1" source="p8-r2" target="p8-decision" style="endArrow=block;html=1;rounded=1;strokeWidth=2;"><mxGeometry relative="1" as="geometry"/></mxCell>
        <mxCell id="p8-e3" edge="1" parent="1" source="p8-r3" target="p8-decision" style="endArrow=block;html=1;rounded=1;strokeWidth=2;"><mxGeometry relative="1" as="geometry"/></mxCell>
      </root>
    </mxGraphModel>
  </diagram>
</mxfile>
